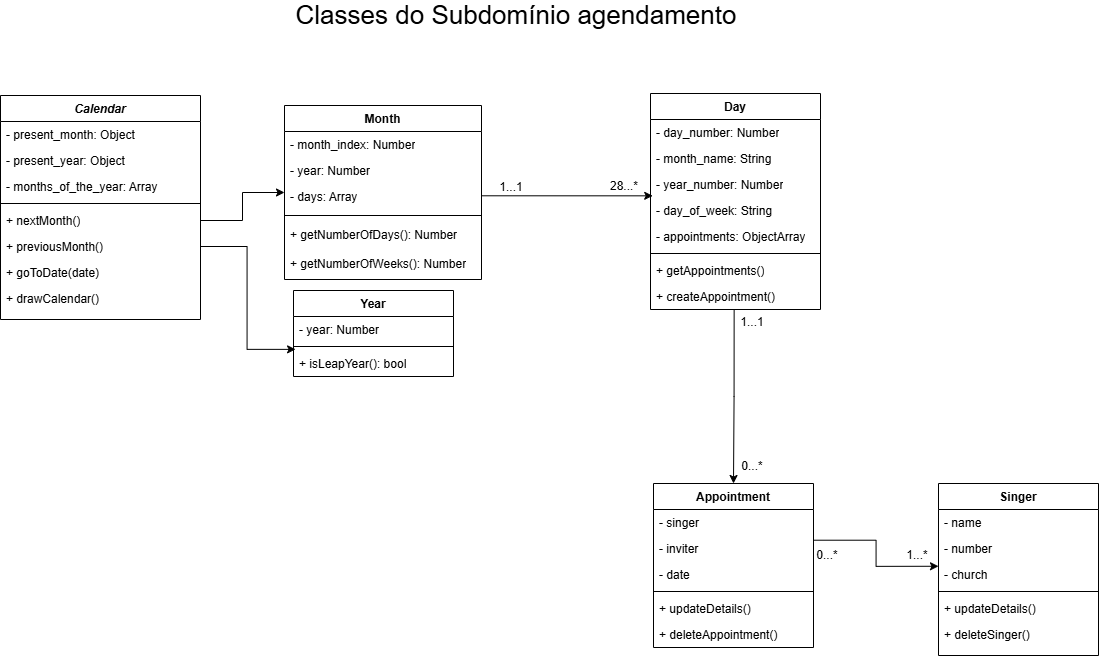
Gabriel7ven/modeling_calendar keeps this draw.io diagram as ClassDiagram.png. Above is the earlier version. Source tidied: cells renumbered, new cells last; positions are measured from the earlier drawing's top-left corner, leaving out a move shared by most shapes. Its diagram source:
```xml
<mxGraphModel>
  <root>
    <mxCell id="0" />
    <mxCell id="1" parent="0" />
    <mxCell id="2" value="Classes do Subdomínio agendamento" style="text;html=1;whiteSpace=wrap;strokeColor=none;fillColor=none;align=center;verticalAlign=middle;rounded=0;fontSize=26;" parent="1" vertex="1">
      <mxGeometry x="178" width="676" height="30" as="geometry" />
    </mxCell>
    <mxCell id="3" value="Month" style="swimlane;fontStyle=1;align=center;verticalAlign=top;horizontal=1;startSize=26;whiteSpace=wrap;html=1;" parent="1" vertex="1">
      <mxGeometry x="284" y="105" width="197" height="174" as="geometry" />
    </mxCell>
    <mxCell id="4" value="- month_index: Number" style="text;strokeColor=none;fillColor=none;align=left;verticalAlign=top;spacingLeft=4;spacingRight=4;overflow=hidden;whiteSpace=wrap;html=1;" parent="3" vertex="1">
      <mxGeometry y="26" width="197" height="26" as="geometry" />
    </mxCell>
    <mxCell id="5" value="- year: Number" style="text;strokeColor=none;fillColor=none;align=left;verticalAlign=top;spacingLeft=4;spacingRight=4;overflow=hidden;whiteSpace=wrap;html=1;" parent="3" vertex="1">
      <mxGeometry y="52" width="197" height="26" as="geometry" />
    </mxCell>
    <mxCell id="6" value="- days: Array" style="text;strokeColor=none;fillColor=none;align=left;verticalAlign=top;spacingLeft=4;spacingRight=4;overflow=hidden;whiteSpace=wrap;html=1;" parent="3" vertex="1">
      <mxGeometry y="78" width="197" height="26" as="geometry" />
    </mxCell>
    <mxCell id="7" style="line;strokeWidth=1;fillColor=none;align=left;verticalAlign=middle;spacingTop=-1;spacingLeft=3;spacingRight=3;labelPosition=right;strokeColor=inherit;" parent="3" vertex="1">
      <mxGeometry y="104" width="197" height="12" as="geometry" />
    </mxCell>
    <mxCell id="8" value="+ getNumberOfDays(): Number" style="text;strokeColor=none;fillColor=none;align=left;verticalAlign=top;spacingLeft=4;spacingRight=4;overflow=hidden;whiteSpace=wrap;html=1;" parent="3" vertex="1">
      <mxGeometry y="116" width="197" height="29" as="geometry" />
    </mxCell>
    <mxCell id="9" value="+ getNumberOfWeeks(): Number" style="text;strokeColor=none;fillColor=none;align=left;verticalAlign=top;spacingLeft=4;spacingRight=4;overflow=hidden;whiteSpace=wrap;html=1;" parent="3" vertex="1">
      <mxGeometry y="145" width="197" height="29" as="geometry" />
    </mxCell>
    <mxCell id="10" value="Day" style="swimlane;fontStyle=1;align=center;verticalAlign=top;horizontal=1;startSize=26;whiteSpace=wrap;html=1;" parent="1" vertex="1">
      <mxGeometry x="650" y="93" width="170" height="216" as="geometry" />
    </mxCell>
    <mxCell id="11" value="- day_number: Number" style="text;strokeColor=none;fillColor=none;align=left;verticalAlign=top;spacingLeft=4;spacingRight=4;overflow=hidden;whiteSpace=wrap;html=1;" parent="10" vertex="1">
      <mxGeometry y="26" width="170" height="26" as="geometry" />
    </mxCell>
    <mxCell id="12" value="- month_name: String" style="text;strokeColor=none;fillColor=none;align=left;verticalAlign=top;spacingLeft=4;spacingRight=4;overflow=hidden;whiteSpace=wrap;html=1;" parent="10" vertex="1">
      <mxGeometry y="52" width="170" height="26" as="geometry" />
    </mxCell>
    <mxCell id="13" value="- year_number: Number" style="text;strokeColor=none;fillColor=none;align=left;verticalAlign=top;spacingLeft=4;spacingRight=4;overflow=hidden;whiteSpace=wrap;html=1;" parent="10" vertex="1">
      <mxGeometry y="78" width="170" height="26" as="geometry" />
    </mxCell>
    <mxCell id="14" value="- day_of_week: String" style="text;strokeColor=none;fillColor=none;align=left;verticalAlign=top;spacingLeft=4;spacingRight=4;overflow=hidden;points=[[0,0.5],[1,0.5]];portConstraint=eastwest;whiteSpace=wrap;html=1;" parent="10" vertex="1">
      <mxGeometry y="104" width="170" height="26" as="geometry" />
    </mxCell>
    <mxCell id="15" value="- appointments: ObjectArray" style="text;strokeColor=none;fillColor=none;align=left;verticalAlign=top;spacingLeft=4;spacingRight=4;overflow=hidden;whiteSpace=wrap;html=1;" parent="10" vertex="1">
      <mxGeometry y="130" width="170" height="26" as="geometry" />
    </mxCell>
    <mxCell id="16" style="line;strokeWidth=1;fillColor=none;align=left;verticalAlign=middle;spacingTop=-1;spacingLeft=3;spacingRight=3;labelPosition=right;strokeColor=inherit;" parent="10" vertex="1">
      <mxGeometry y="156" width="170" height="8" as="geometry" />
    </mxCell>
    <mxCell id="17" value="+ getAppointments()" style="text;strokeColor=none;fillColor=none;align=left;verticalAlign=top;spacingLeft=4;spacingRight=4;overflow=hidden;whiteSpace=wrap;html=1;" parent="10" vertex="1">
      <mxGeometry y="164" width="170" height="26" as="geometry" />
    </mxCell>
    <mxCell id="18" value="+ createAppointment()" style="text;strokeColor=none;fillColor=none;align=left;verticalAlign=top;spacingLeft=4;spacingRight=4;overflow=hidden;points=[[0,0.5],[1,0.5]];portConstraint=eastwest;whiteSpace=wrap;html=1;" parent="10" vertex="1">
      <mxGeometry y="190" width="170" height="26" as="geometry" />
    </mxCell>
    <mxCell id="19" style="edgeStyle=orthogonalEdgeStyle;rounded=0;jettySize=auto;html=1;exitX=1;exitY=0.5;exitDx=0;exitDy=0;entryX=0.013;entryY=-0.064;entryDx=0;entryDy=0;entryPerimeter=0;" parent="1" edge="1" target="14">
      <mxGeometry relative="1" as="geometry">
        <mxPoint x="481" y="170" as="sourcePoint" />
      </mxGeometry>
    </mxCell>
    <mxCell id="20" value="1...1" style="text;html=1;whiteSpace=wrap;strokeColor=none;fillColor=none;align=center;verticalAlign=middle;rounded=0;" parent="1" vertex="1">
      <mxGeometry x="481" y="182" width="60" height="10" as="geometry" />
    </mxCell>
    <mxCell id="21" value="28...*" style="text;html=1;whiteSpace=wrap;strokeColor=none;fillColor=none;align=center;verticalAlign=middle;rounded=0;" parent="1" vertex="1">
      <mxGeometry x="594" y="181" width="60" height="10" as="geometry" />
    </mxCell>
    <mxCell id="22" value="Appointment" style="swimlane;fontStyle=1;align=center;verticalAlign=top;horizontal=1;startSize=26;rounded=0;shadow=0;strokeWidth=1;" parent="1" vertex="1">
      <mxGeometry x="653" y="483" width="160" height="164" as="geometry" />
    </mxCell>
    <mxCell id="23" value="- singer" style="text;align=left;verticalAlign=top;spacingLeft=4;spacingRight=4;overflow=hidden;rounded=0;shadow=0;html=0;" parent="22" vertex="1">
      <mxGeometry y="26" width="160" height="26" as="geometry" />
    </mxCell>
    <mxCell id="24" value="- inviter" style="text;align=left;verticalAlign=top;spacingLeft=4;spacingRight=4;overflow=hidden;points=[[0,0.5],[1,0.5]];portConstraint=eastwest;rounded=0;shadow=0;html=0;" parent="22" vertex="1">
      <mxGeometry y="52" width="160" height="26" as="geometry" />
    </mxCell>
    <mxCell id="25" value="- date" style="text;align=left;verticalAlign=top;spacingLeft=4;spacingRight=4;overflow=hidden;" parent="22" vertex="1">
      <mxGeometry y="78" width="160" height="26" as="geometry" />
    </mxCell>
    <mxCell id="26" style="line;html=1;strokeWidth=1;align=left;verticalAlign=middle;spacingTop=-1;spacingLeft=3;spacingRight=3;labelPosition=right;" parent="22" vertex="1">
      <mxGeometry y="104" width="160" height="8" as="geometry" />
    </mxCell>
    <mxCell id="27" value="+ updateDetails()" style="text;align=left;verticalAlign=top;spacingLeft=4;spacingRight=4;overflow=hidden;" parent="22" vertex="1">
      <mxGeometry y="112" width="160" height="26" as="geometry" />
    </mxCell>
    <mxCell id="28" value="+ deleteAppointment()" style="text;align=left;verticalAlign=top;spacingLeft=4;spacingRight=4;overflow=hidden;" parent="22" vertex="1">
      <mxGeometry y="138" width="160" height="26" as="geometry" />
    </mxCell>
    <mxCell id="29" value="Singer" style="swimlane;fontStyle=1;align=center;verticalAlign=top;horizontal=1;startSize=26;rounded=0;shadow=0;strokeWidth=1;" parent="1" vertex="1">
      <mxGeometry x="938" y="483" width="160" height="172" as="geometry" />
    </mxCell>
    <mxCell id="30" value="- name" style="text;align=left;verticalAlign=top;spacingLeft=4;spacingRight=4;overflow=hidden;" parent="29" vertex="1">
      <mxGeometry y="26" width="160" height="26" as="geometry" />
    </mxCell>
    <mxCell id="31" value="- number" style="text;align=left;verticalAlign=top;spacingLeft=4;spacingRight=4;overflow=hidden;rounded=0;shadow=0;html=0;" parent="29" vertex="1">
      <mxGeometry y="52" width="160" height="26" as="geometry" />
    </mxCell>
    <mxCell id="32" value="- church" style="text;align=left;verticalAlign=top;spacingLeft=4;spacingRight=4;overflow=hidden;points=[[0,0.5],[1,0.5]];portConstraint=eastwest;rounded=0;shadow=0;html=0;" parent="29" vertex="1">
      <mxGeometry y="78" width="160" height="26" as="geometry" />
    </mxCell>
    <mxCell id="33" style="line;html=1;strokeWidth=1;align=left;verticalAlign=middle;spacingTop=-1;spacingLeft=3;spacingRight=3;labelPosition=right;" parent="29" vertex="1">
      <mxGeometry y="104" width="160" height="8" as="geometry" />
    </mxCell>
    <mxCell id="34" value="+ updateDetails()" style="text;align=left;verticalAlign=top;spacingLeft=4;spacingRight=4;overflow=hidden;rounded=0;shadow=0;html=0;" parent="29" vertex="1">
      <mxGeometry y="112" width="160" height="26" as="geometry" />
    </mxCell>
    <mxCell id="35" value="+ deleteSinger()" style="text;align=left;verticalAlign=top;spacingLeft=4;spacingRight=4;overflow=hidden;rounded=0;shadow=0;html=0;" parent="29" vertex="1">
      <mxGeometry y="138" width="160" height="26" as="geometry" />
    </mxCell>
    <mxCell id="36" style="edgeStyle=orthogonalEdgeStyle;rounded=0;jettySize=auto;html=1;exitX=0.997;exitY=0.181;exitDx=0;exitDy=0;entryX=0;entryY=0.183;entryDx=0;entryDy=0;entryPerimeter=0;exitPerimeter=0;" parent="1" edge="1" source="24" target="32">
      <mxGeometry relative="1" as="geometry" />
    </mxCell>
    <mxCell id="37" value="1...*" style="text;html=1;whiteSpace=wrap;strokeColor=none;fillColor=none;align=center;verticalAlign=middle;rounded=0;" parent="1" vertex="1">
      <mxGeometry x="887" y="550" width="60" height="10" as="geometry" />
    </mxCell>
    <mxCell id="38" value="0...*" style="text;html=1;whiteSpace=wrap;strokeColor=none;fillColor=none;align=center;verticalAlign=middle;rounded=0;" parent="1" vertex="1">
      <mxGeometry x="797" y="550" width="60" height="10" as="geometry" />
    </mxCell>
    <mxCell id="39" value="Calendar" style="swimlane;fontStyle=3;align=center;verticalAlign=top;horizontal=1;startSize=26;rounded=0;shadow=0;strokeWidth=1;" parent="1" vertex="1">
      <mxGeometry y="95" width="200" height="224" as="geometry" />
    </mxCell>
    <mxCell id="40" value="- present_month: Object" style="text;align=left;verticalAlign=top;spacingLeft=4;spacingRight=4;overflow=hidden;" parent="39" vertex="1">
      <mxGeometry y="26" width="200" height="26" as="geometry" />
    </mxCell>
    <mxCell id="41" value="- present_year: Object" style="text;align=left;verticalAlign=top;spacingLeft=4;spacingRight=4;overflow=hidden;rounded=0;shadow=0;html=0;" parent="39" vertex="1">
      <mxGeometry y="52" width="200" height="26" as="geometry" />
    </mxCell>
    <mxCell id="42" value="- months_of_the_year: Array" style="text;align=left;verticalAlign=top;spacingLeft=4;spacingRight=4;overflow=hidden;rounded=0;shadow=0;html=0;" parent="39" vertex="1">
      <mxGeometry y="78" width="200" height="26" as="geometry" />
    </mxCell>
    <mxCell id="43" style="line;html=1;strokeWidth=1;align=left;verticalAlign=middle;spacingTop=-1;spacingLeft=3;spacingRight=3;labelPosition=right;" parent="39" vertex="1">
      <mxGeometry y="104" width="200" height="8" as="geometry" />
    </mxCell>
    <mxCell id="44" value="+ nextMonth()" style="text;strokeColor=none;fillColor=none;align=left;verticalAlign=top;spacingLeft=4;spacingRight=4;overflow=hidden;points=[[0,0.5],[1,0.5]];portConstraint=eastwest;whiteSpace=wrap;html=1;" parent="39" vertex="1">
      <mxGeometry y="112" width="200" height="26" as="geometry" />
    </mxCell>
    <mxCell id="45" value="+ previousMonth()" style="text;strokeColor=none;fillColor=none;align=left;verticalAlign=top;spacingLeft=4;spacingRight=4;overflow=hidden;points=[[0,0.5],[1,0.5]];portConstraint=eastwest;whiteSpace=wrap;html=1;" parent="39" vertex="1">
      <mxGeometry y="138" width="200" height="26" as="geometry" />
    </mxCell>
    <mxCell id="46" value="+ goToDate(date)" style="text;strokeColor=none;fillColor=none;align=left;verticalAlign=top;spacingLeft=4;spacingRight=4;overflow=hidden;whiteSpace=wrap;html=1;" parent="39" vertex="1">
      <mxGeometry y="164" width="200" height="26" as="geometry" />
    </mxCell>
    <mxCell id="47" value="+ drawCalendar()" style="text;strokeColor=none;fillColor=none;align=left;verticalAlign=top;spacingLeft=4;spacingRight=4;overflow=hidden;whiteSpace=wrap;html=1;" parent="39" vertex="1">
      <mxGeometry y="190" width="200" height="26" as="geometry" />
    </mxCell>
    <mxCell id="48" style="edgeStyle=orthogonalEdgeStyle;rounded=0;jettySize=auto;html=1;entryX=0.5;entryY=0;entryDx=0;entryDy=0;exitX=0.492;exitY=0.983;exitDx=0;exitDy=0;exitPerimeter=0;" parent="1" edge="1" source="18" target="22">
      <mxGeometry relative="1" as="geometry" />
    </mxCell>
    <mxCell id="49" value="0...*" style="text;html=1;whiteSpace=wrap;strokeColor=none;fillColor=none;align=center;verticalAlign=middle;rounded=0;" parent="1" vertex="1">
      <mxGeometry x="722" y="461" width="60" height="10" as="geometry" />
    </mxCell>
    <mxCell id="50" value="1...1" style="text;html=1;whiteSpace=wrap;strokeColor=none;fillColor=none;align=center;verticalAlign=middle;rounded=0;" parent="1" vertex="1">
      <mxGeometry x="722" y="317" width="60" height="10" as="geometry" />
    </mxCell>
    <mxCell id="51" style="edgeStyle=orthogonalEdgeStyle;rounded=0;jettySize=auto;html=1;exitX=1;exitY=0.5;exitDx=0;exitDy=0;entryX=0;entryY=0.5;entryDx=0;entryDy=0;" parent="1" edge="1" source="44" target="3">
      <mxGeometry relative="1" as="geometry" />
    </mxCell>
    <mxCell id="52" value="Year" style="swimlane;fontStyle=1;align=center;verticalAlign=top;horizontal=1;startSize=26;whiteSpace=wrap;html=1;" parent="1" vertex="1">
      <mxGeometry x="293" y="290" width="160" height="86" as="geometry" />
    </mxCell>
    <mxCell id="53" value="- year: Number" style="text;strokeColor=none;fillColor=none;align=left;verticalAlign=top;spacingLeft=4;spacingRight=4;overflow=hidden;whiteSpace=wrap;html=1;" parent="52" vertex="1">
      <mxGeometry y="26" width="160" height="26" as="geometry" />
    </mxCell>
    <mxCell id="54" style="line;strokeWidth=1;fillColor=none;align=left;verticalAlign=middle;spacingTop=-1;spacingLeft=3;spacingRight=3;labelPosition=right;points=[];portConstraint=eastwest;strokeColor=inherit;" parent="52" vertex="1">
      <mxGeometry y="52" width="160" height="8" as="geometry" />
    </mxCell>
    <mxCell id="55" value="+ isLeapYear(): bool" style="text;strokeColor=none;fillColor=none;align=left;verticalAlign=top;spacingLeft=4;spacingRight=4;overflow=hidden;whiteSpace=wrap;html=1;" parent="52" vertex="1">
      <mxGeometry y="60" width="160" height="26" as="geometry" />
    </mxCell>
    <mxCell id="56" style="edgeStyle=orthogonalEdgeStyle;rounded=0;jettySize=auto;html=1;exitX=1;exitY=0.5;exitDx=0;exitDy=0;entryX=0.013;entryY=0.859;entryDx=0;entryDy=0;entryPerimeter=0;" parent="1" edge="1" source="45" target="54">
      <mxGeometry relative="1" as="geometry" />
    </mxCell>
  </root>
</mxGraphModel>
```
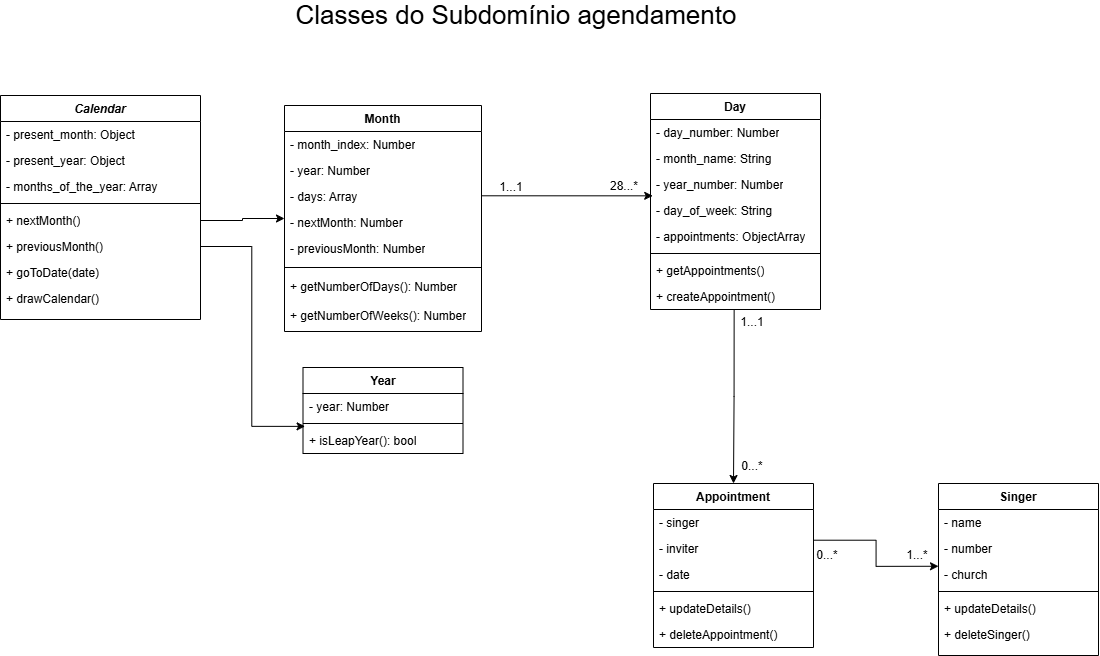
Above is the later version.

Commit message:
diagram and code

Diff of the diagram source:
```diff
@@ -6,7 +6,7 @@
       <mxGeometry x="178" width="676" height="30" as="geometry" />
     </mxCell>
     <mxCell id="3" value="Month" style="swimlane;fontStyle=1;align=center;verticalAlign=top;horizontal=1;startSize=26;whiteSpace=wrap;html=1;" parent="1" vertex="1">
-      <mxGeometry x="284" y="105" width="197" height="174" as="geometry" />
+      <mxGeometry x="284" y="105" width="197" height="226" as="geometry" />
     </mxCell>
     <mxCell id="4" value="- month_index: Number" style="text;strokeColor=none;fillColor=none;align=left;verticalAlign=top;spacingLeft=4;spacingRight=4;overflow=hidden;whiteSpace=wrap;html=1;" parent="3" vertex="1">
       <mxGeometry y="26" width="197" height="26" as="geometry" />
@@ -17,14 +17,20 @@
     <mxCell id="6" value="- days: Array" style="text;strokeColor=none;fillColor=none;align=left;verticalAlign=top;spacingLeft=4;spacingRight=4;overflow=hidden;whiteSpace=wrap;html=1;" parent="3" vertex="1">
       <mxGeometry y="78" width="197" height="26" as="geometry" />
     </mxCell>
+    <mxCell id="57" value="- nextMonth: Number" style="text;strokeColor=none;fillColor=none;align=left;verticalAlign=top;spacingLeft=4;spacingRight=4;overflow=hidden;whiteSpace=wrap;html=1;" parent="3" vertex="1">
+      <mxGeometry y="104" width="197" height="26" as="geometry" />
+    </mxCell>
+    <mxCell id="58" value="- previousMonth: Number" style="text;strokeColor=none;fillColor=none;align=left;verticalAlign=top;spacingLeft=4;spacingRight=4;overflow=hidden;whiteSpace=wrap;html=1;" parent="3" vertex="1">
+      <mxGeometry y="130" width="197" height="26" as="geometry" />
+    </mxCell>
     <mxCell id="7" style="line;strokeWidth=1;fillColor=none;align=left;verticalAlign=middle;spacingTop=-1;spacingLeft=3;spacingRight=3;labelPosition=right;strokeColor=inherit;" parent="3" vertex="1">
-      <mxGeometry y="104" width="197" height="12" as="geometry" />
+      <mxGeometry y="156" width="197" height="12" as="geometry" />
     </mxCell>
     <mxCell id="8" value="+ getNumberOfDays(): Number" style="text;strokeColor=none;fillColor=none;align=left;verticalAlign=top;spacingLeft=4;spacingRight=4;overflow=hidden;whiteSpace=wrap;html=1;" parent="3" vertex="1">
-      <mxGeometry y="116" width="197" height="29" as="geometry" />
+      <mxGeometry y="168" width="197" height="29" as="geometry" />
     </mxCell>
     <mxCell id="9" value="+ getNumberOfWeeks(): Number" style="text;strokeColor=none;fillColor=none;align=left;verticalAlign=top;spacingLeft=4;spacingRight=4;overflow=hidden;whiteSpace=wrap;html=1;" parent="3" vertex="1">
-      <mxGeometry y="145" width="197" height="29" as="geometry" />
+      <mxGeometry y="197" width="197" height="29" as="geometry" />
     </mxCell>
     <mxCell id="10" value="Day" style="swimlane;fontStyle=1;align=center;verticalAlign=top;horizontal=1;startSize=26;whiteSpace=wrap;html=1;" parent="1" vertex="1">
       <mxGeometry x="650" y="93" width="170" height="216" as="geometry" />
@@ -155,7 +161,7 @@
       <mxGeometry relative="1" as="geometry" />
     </mxCell>
     <mxCell id="52" value="Year" style="swimlane;fontStyle=1;align=center;verticalAlign=top;horizontal=1;startSize=26;whiteSpace=wrap;html=1;" parent="1" vertex="1">
-      <mxGeometry x="293" y="290" width="160" height="86" as="geometry" />
+      <mxGeometry x="302.5" y="367" width="160" height="86" as="geometry" />
     </mxCell>
     <mxCell id="53" value="- year: Number" style="text;strokeColor=none;fillColor=none;align=left;verticalAlign=top;spacingLeft=4;spacingRight=4;overflow=hidden;whiteSpace=wrap;html=1;" parent="52" vertex="1">
       <mxGeometry y="26" width="160" height="26" as="geometry" />
```
